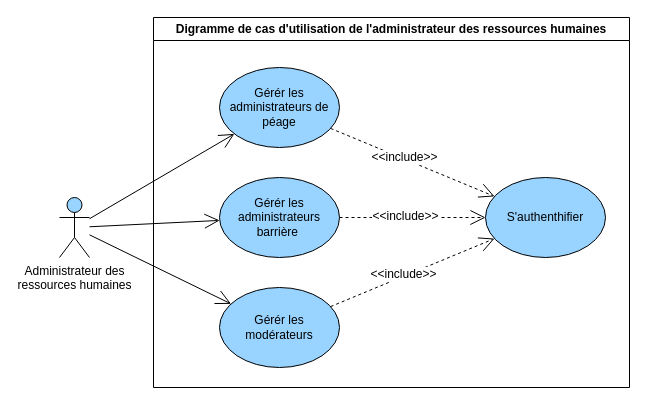
Earlier version of the draw.io diagram page "general" (1 of 4) of diagrams/use-case/administrateur-des-ressources-humaines.drawio (devlotfi/peage-pay). Source tidied: cells renumbered, new cells numbered last; positions are measured from the earlier drawing's top-left corner, leaving out a move shared by most shapes. Both pictures are drawn from the tidied source at 100%, with x=0, y=0 at pixel (59, 17).
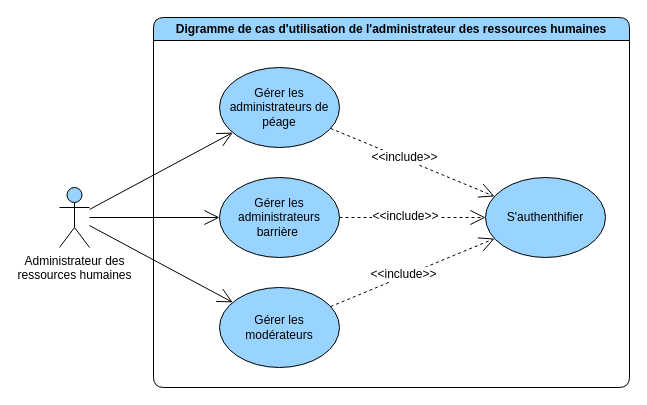
The same page after the edit.

What changed in the source:
```diff
@@
 <mxGraphModel>
   <root>
     <mxCell id="0" />
     <mxCell id="1" parent="0" />
-    <mxCell id="2" value="Digramme de cas d'utilisation de l'administrateur des ressources humaines" style="swimlane;whiteSpace=wrap;html=1;" parent="1" vertex="1">
+    <mxCell id="2" value="Digramme de cas d'utilisation de l'administrateur des ressources humaines" style="swimlane;whiteSpace=wrap;html=1;rounded=1;fillColor=#99D3FF;" parent="1" vertex="1">
       <mxGeometry x="94" width="476" height="370" as="geometry" />
     </mxCell>
     <mxCell id="3" style="edgeStyle=none;rounded=0;jettySize=auto;html=1;strokeColor=default;align=center;verticalAlign=middle;fontFamily=Helvetica;fontSize=12;fontColor=default;labelBackgroundColor=default;startSize=6;endArrow=open;endFill=0;endSize=13;dashed=1;" parent="2" edge="1" source="5" target="6">
       <mxGeometry relative="1" as="geometry" />
     </mxCell>
     <mxCell id="4" value="&amp;lt;&amp;lt;include&amp;gt;&amp;gt;" style="edgeLabel;html=1;align=center;verticalAlign=middle;strokeColor=default;fontFamily=Helvetica;fontSize=12;fontColor=default;labelBackgroundColor=default;fillColor=#99D3FF;" parent="3" vertex="1">
       <mxGeometry x="-0.11" y="2" relative="1" as="geometry" />
     </mxCell>
-    <mxCell id="5" value="Gérér les administrateurs de péage" style="ellipse;whiteSpace=wrap;html=1;strokeColor=default;align=center;verticalAlign=middle;fontFamily=Helvetica;fontSize=12;fontColor=default;fillColor=#99D3FF;" parent="2" vertex="1">
+    <mxCell id="5" value="Gérer les administrateurs de péage" style="ellipse;whiteSpace=wrap;html=1;strokeColor=default;align=center;verticalAlign=middle;fontFamily=Helvetica;fontSize=12;fontColor=default;fillColor=#99D3FF;" parent="2" vertex="1">
       <mxGeometry x="66" y="50" width="120" height="80" as="geometry" />
     </mxCell>
     <mxCell id="6" value="S'authenthifier" style="ellipse;whiteSpace=wrap;html=1;strokeColor=default;align=center;verticalAlign=middle;fontFamily=Helvetica;fontSize=12;fontColor=default;fillColor=#99D3FF;" parent="2" vertex="1">
       <mxGeometry x="332" y="160" width="120" height="80" as="geometry" />
     </mxCell>
-    <mxCell id="7" value="Gérér les administrateurs&lt;br&gt;barrière&amp;nbsp;" style="ellipse;whiteSpace=wrap;html=1;strokeColor=default;align=center;verticalAlign=middle;fontFamily=Helvetica;fontSize=12;fontColor=default;fillColor=#99D3FF;" parent="2" vertex="1">
+    <mxCell id="7" value="Gérer les administrateurs&lt;br&gt;barrière&amp;nbsp;" style="ellipse;whiteSpace=wrap;html=1;strokeColor=default;align=center;verticalAlign=middle;fontFamily=Helvetica;fontSize=12;fontColor=default;fillColor=#99D3FF;" parent="2" vertex="1">
       <mxGeometry x="66" y="160" width="120" height="80" as="geometry" />
     </mxCell>
-    <mxCell id="8" value="Gérér les modérateurs" style="ellipse;whiteSpace=wrap;html=1;strokeColor=default;align=center;verticalAlign=middle;fontFamily=Helvetica;fontSize=12;fontColor=default;fillColor=#99D3FF;" parent="2" vertex="1">
+    <mxCell id="8" value="Gérer les modérateurs" style="ellipse;whiteSpace=wrap;html=1;strokeColor=default;align=center;verticalAlign=middle;fontFamily=Helvetica;fontSize=12;fontColor=default;fillColor=#99D3FF;" parent="2" vertex="1">
       <mxGeometry x="66" y="270" width="120" height="80" as="geometry" />
     </mxCell>
     <mxCell id="9" style="edgeStyle=none;rounded=0;jettySize=auto;html=1;strokeColor=default;align=center;verticalAlign=middle;fontFamily=Helvetica;fontSize=12;fontColor=default;labelBackgroundColor=default;startSize=6;endArrow=open;endFill=0;endSize=13;dashed=1;" parent="2" edge="1" source="8" target="6">
       <mxGeometry relative="1" as="geometry" />
     </mxCell>
     <mxCell id="10" value="&amp;lt;&amp;lt;include&amp;gt;&amp;gt;" style="edgeLabel;html=1;align=center;verticalAlign=middle;strokeColor=default;fontFamily=Helvetica;fontSize=12;fontColor=default;labelBackgroundColor=default;fillColor=#99D3FF;" parent="9" vertex="1">
       <mxGeometry x="-0.11" y="2" relative="1" as="geometry" />
     </mxCell>
     <mxCell id="11" style="edgeStyle=none;rounded=0;jettySize=auto;html=1;strokeColor=default;align=center;verticalAlign=middle;fontFamily=Helvetica;fontSize=12;fontColor=default;labelBackgroundColor=default;startSize=6;endArrow=open;endFill=0;endSize=13;dashed=1;" parent="2" edge="1" source="7" target="6">
       <mxGeometry relative="1" as="geometry" />
     </mxCell>
     <mxCell id="12" value="&amp;lt;&amp;lt;include&amp;gt;&amp;gt;" style="edgeLabel;html=1;align=center;verticalAlign=middle;strokeColor=default;fontFamily=Helvetica;fontSize=12;fontColor=default;labelBackgroundColor=default;fillColor=#99D3FF;" parent="11" vertex="1">
       <mxGeometry x="-0.11" y="2" relative="1" as="geometry" />
     </mxCell>
     <mxCell id="13" style="rounded=0;jettySize=auto;html=1;fontFamily=Helvetica;fontSize=12;fontColor=default;endArrow=open;endFill=0;startSize=6;endSize=13;" parent="1" edge="1" source="14" target="5">
       <mxGeometry relative="1" as="geometry" />
     </mxCell>
     <mxCell id="14" value="Administrateur&amp;nbsp;des&lt;br&gt;ressources humaines" style="shape=umlActor;verticalLabelPosition=bottom;verticalAlign=top;html=1;outlineConnect=0;strokeColor=default;align=center;fontFamily=Helvetica;fontSize=12;fontColor=default;fillColor=#99D3FF;" parent="1" vertex="1">
-      <mxGeometry y="180" width="30" height="60" as="geometry" />
+      <mxGeometry y="170" width="30" height="60" as="geometry" />
     </mxCell>
     <mxCell id="15" style="rounded=0;jettySize=auto;html=1;fontFamily=Helvetica;fontSize=12;fontColor=default;endArrow=open;endFill=0;startSize=6;endSize=13;" parent="1" edge="1" source="14" target="7">
       <mxGeometry relative="1" as="geometry" />
     </mxCell>
     <mxCell id="16" style="rounded=0;jettySize=auto;html=1;fontFamily=Helvetica;fontSize=12;fontColor=default;endArrow=open;endFill=0;startSize=6;endSize=13;" parent="1" edge="1" source="14" target="8">
       <mxGeometry relative="1" as="geometry" />
     </mxCell>
   </root>
 </mxGraphModel>
```
